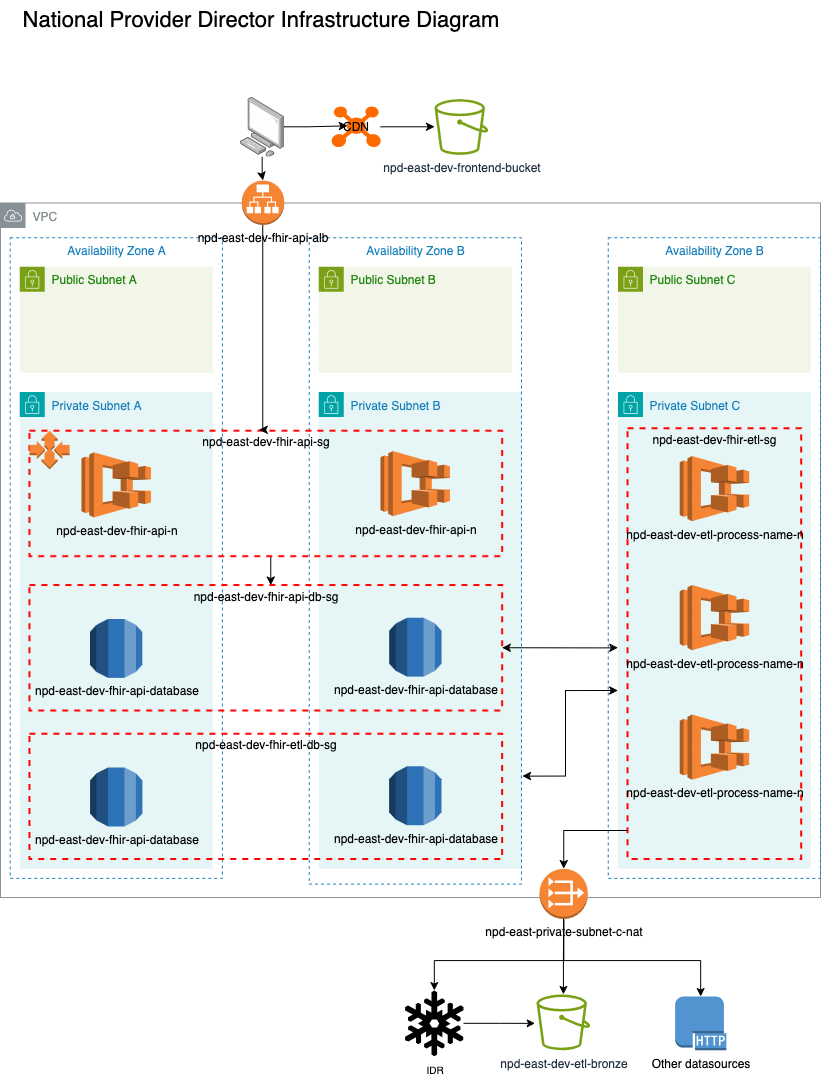
The draw.io diagram infrastructure/nonprod/NPD Infrastructure.drawio.png in DSACMS/npd, before a commit. Source tidied: cells renumbered, new cells last; positions are measured from the earlier drawing's top-left corner, leaving out a move shared by most shapes.
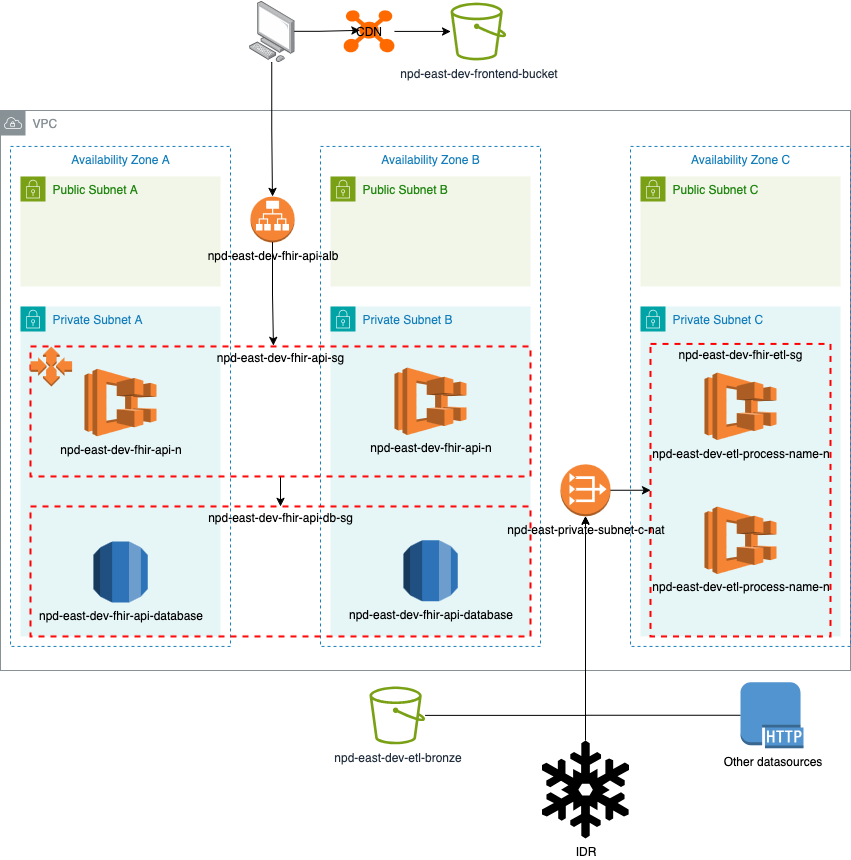
Above is the later version.

Commit message:
update infra diagram

What changed in the source:
```diff
@@ -3,122 +3,93 @@
     <mxCell id="0" />
     <mxCell id="1" parent="0" />
     <mxCell id="2" value="VPC" style="sketch=0;gradientColor=none;html=1;whiteSpace=wrap;fontSize=12;fontStyle=0;shape=mxgraph.aws4.group;grIcon=mxgraph.aws4.group_vpc;strokeColor=#879196;fillColor=none;verticalAlign=top;align=left;spacingLeft=30;fontColor=#879196;dashed=0;" parent="1" vertex="1">
-      <mxGeometry y="202.6" width="820" height="694.6" as="geometry" />
+      <mxGeometry x="-15" y="210" width="850" height="560" as="geometry" />
     </mxCell>
-    <mxCell id="3" value="Availability Zone B" style="fillColor=none;strokeColor=#147EBA;dashed=1;verticalAlign=top;fontStyle=0;fontColor=#147EBA;whiteSpace=wrap;html=1;" parent="1" vertex="1">
-      <mxGeometry x="607.8" y="237.2" width="212.2" height="640.6" as="geometry" />
+    <mxCell id="3" value="Availability Zone C" style="fillColor=none;strokeColor=#147EBA;dashed=1;verticalAlign=top;fontStyle=0;fontColor=#147EBA;whiteSpace=wrap;html=1;" parent="1" vertex="1">
+      <mxGeometry x="615" y="245.9" width="220" height="500" as="geometry" />
     </mxCell>
     <mxCell id="4" value="Availability Zone A" style="fillColor=none;strokeColor=#147EBA;dashed=1;verticalAlign=top;fontStyle=0;fontColor=#147EBA;whiteSpace=wrap;html=1;" parent="1" vertex="1">
-      <mxGeometry x="9.6" y="237.2" width="212.2" height="640.6" as="geometry" />
+      <mxGeometry x="-5" y="245.9" width="220" height="500" as="geometry" />
     </mxCell>
     <mxCell id="5" value="Public Subnet A" style="gradientColor=none;html=1;whiteSpace=wrap;fontSize=12;fontStyle=0;shape=mxgraph.aws4.group;grIcon=mxgraph.aws4.group_security_group;grStroke=0;strokeColor=#7AA116;fillColor=#F2F6E8;verticalAlign=top;align=left;spacingLeft=30;fontColor=#248814;dashed=0;" parent="1" vertex="1">
-      <mxGeometry x="19.3" y="266.2" width="192.9" height="106.1" as="geometry" />
+      <mxGeometry x="5" y="275.9" width="200" height="110" as="geometry" />
     </mxCell>
     <mxCell id="6" value="Public Subnet B" style="gradientColor=none;html=1;whiteSpace=wrap;fontSize=12;fontStyle=0;shape=mxgraph.aws4.group;grIcon=mxgraph.aws4.group_security_group;grStroke=0;strokeColor=#7AA116;fillColor=#F2F6E8;verticalAlign=top;align=left;spacingLeft=30;fontColor=#248814;dashed=0;" parent="1" vertex="1">
-      <mxGeometry x="318.4" y="266.2" width="192.9" height="106.1" as="geometry" />
+      <mxGeometry x="315" y="275.9" width="200" height="110" as="geometry" />
     </mxCell>
     <mxCell id="7" value="Public Subnet C" style="gradientColor=none;html=1;whiteSpace=wrap;fontSize=12;fontStyle=0;shape=mxgraph.aws4.group;grIcon=mxgraph.aws4.group_security_group;grStroke=0;strokeColor=#7AA116;fillColor=#F2F6E8;verticalAlign=top;align=left;spacingLeft=30;fontColor=#248814;dashed=0;" parent="1" vertex="1">
-      <mxGeometry x="617.4" y="266.2" width="192.9" height="106.1" as="geometry" />
+      <mxGeometry x="625" y="275.9" width="200" height="110" as="geometry" />
     </mxCell>
     <mxCell id="8" value="Private Subnet A" style="gradientColor=none;html=1;whiteSpace=wrap;fontSize=12;fontStyle=0;shape=mxgraph.aws4.group;grIcon=mxgraph.aws4.group_security_group;grStroke=0;strokeColor=#00A4A6;fillColor=#E6F6F7;verticalAlign=top;align=left;spacingLeft=30;fontColor=#147EBA;dashed=0;" parent="1" vertex="1">
-      <mxGeometry x="19.3" y="391.6" width="192.9" height="476.6" as="geometry" />
+      <mxGeometry x="5" y="405.9" width="200" height="330" as="geometry" />
     </mxCell>
     <mxCell id="9" value="Private Subnet B" style="gradientColor=none;html=1;whiteSpace=wrap;fontSize=12;fontStyle=0;shape=mxgraph.aws4.group;grIcon=mxgraph.aws4.group_security_group;grStroke=0;strokeColor=#00A4A6;fillColor=#E6F6F7;verticalAlign=top;align=left;spacingLeft=30;fontColor=#147EBA;dashed=0;" parent="1" vertex="1">
-      <mxGeometry x="318.4" y="391.6" width="202.6" height="476.6" as="geometry" />
+      <mxGeometry x="315" y="405.9" width="200" height="330" as="geometry" />
     </mxCell>
     <mxCell id="10" value="Availability Zone B" style="fillColor=none;strokeColor=#147EBA;dashed=1;verticalAlign=top;fontStyle=0;fontColor=#147EBA;whiteSpace=wrap;html=1;" parent="9" vertex="1">
-      <mxGeometry x="-9.6" y="-154.4" width="212.2" height="646.4" as="geometry" />
+      <mxGeometry x="-10" y="-160" width="220" height="500" as="geometry" />
     </mxCell>
-    <mxCell id="11" style="edgeStyle=orthogonalEdgeStyle;rounded=0;jettySize=auto;html=1;entryX=1;entryY=0.5;entryDx=0;entryDy=0;startArrow=classic;startFill=1;" parent="1" edge="1" source="13" target="22">
-      <mxGeometry relative="1" as="geometry">
-        <Array as="points">
-          <mxPoint x="588.5" y="647.3" />
-          <mxPoint x="588.5" y="647.3" />
-        </Array>
-      </mxGeometry>
-    </mxCell>
-    <mxCell id="12" style="edgeStyle=orthogonalEdgeStyle;rounded=0;orthogonalLoop=1;jettySize=auto;html=1;startArrow=classic;startFill=1;entryX=1.005;entryY=0.802;entryDx=0;entryDy=0;entryPerimeter=0;" parent="1" edge="1">
-      <mxGeometry relative="1" as="geometry">
-        <mxPoint x="617.4" y="690" as="sourcePoint" />
-        <mxPoint x="522" y="775.6" as="targetPoint" />
-        <Array as="points">
-          <mxPoint x="565" y="690" />
-          <mxPoint x="565" y="776" />
-        </Array>
-      </mxGeometry>
-    </mxCell>
     <mxCell id="13" value="Private Subnet C" style="points=[[0,0],[0.25,0],[0.5,0],[0.75,0],[1,0],[1,0.25],[1,0.5],[1,0.75],[1,1],[0.75,1],[0.5,1],[0.25,1],[0,1],[0,0.75],[0,0.5],[0,0.25]];outlineConnect=0;gradientColor=none;html=1;whiteSpace=wrap;fontSize=12;fontStyle=0;shape=mxgraph.aws4.group;grIcon=mxgraph.aws4.group_security_group;grStroke=0;strokeColor=#00A4A6;fillColor=#E6F6F7;verticalAlign=top;align=left;spacingLeft=30;fontColor=#147EBA;dashed=0;" parent="1" vertex="1">
-      <mxGeometry x="617.4" y="391.6" width="192.9" height="476.6" as="geometry" />
+      <mxGeometry x="625" y="405.9" width="200" height="330" as="geometry" />
     </mxCell>
     <mxCell id="14" value="npd-east-dev-frontend-bucket" style="sketch=0;outlineConnect=0;fontColor=#232F3E;gradientColor=none;fillColor=#7AA116;strokeColor=none;dashed=0;verticalLabelPosition=bottom;verticalAlign=top;align=center;html=1;fontSize=12;fontStyle=0;shape=mxgraph.aws4.bucket;" parent="1" vertex="1">
-      <mxGeometry x="434.1" y="98.4" width="53.7" height="55.8" as="geometry" />
+      <mxGeometry x="435" y="102" width="55.6" height="57.9" as="geometry" />
     </mxCell>
     <mxCell id="15" style="edgeStyle=orthogonalEdgeStyle;rounded=0;jettySize=auto;html=1;" parent="1" edge="1" source="16" target="14">
       <mxGeometry relative="1" as="geometry" />
     </mxCell>
     <mxCell id="16" value="CDN" style="points=[];html=1;align=center;shadow=0;dashed=0;fillColor=#FF6A00;strokeColor=none;shape=mxgraph.alibaba_cloud.cdn_content_distribution_network;" parent="1" vertex="1">
-      <mxGeometry x="330.9" y="105.9" width="49.2" height="40.8" as="geometry" />
+      <mxGeometry x="328" y="109.8" width="51" height="42.3" as="geometry" />
     </mxCell>
     <mxCell id="17" value="npd-east-dev-fhir-api-n" style="dashed=0;verticalLabelPosition=bottom;verticalAlign=top;align=center;html=1;shape=mxgraph.aws3.ecs;fillColor=#F58534;gradientColor=none;" parent="1" vertex="1">
-      <mxGeometry x="81" y="451.6" width="69.5" height="65.1" as="geometry" />
+      <mxGeometry x="69" y="468.2" width="72" height="67.5" as="geometry" />
     </mxCell>
     <mxCell id="18" value="npd-east-dev-fhir-api-n" style="dashed=0;verticalLabelPosition=bottom;verticalAlign=top;align=center;html=1;shape=mxgraph.aws3.ecs;fillColor=#F58534;gradientColor=none;" parent="1" vertex="1">
-      <mxGeometry x="380.1" y="450.4" width="69.5" height="65.1" as="geometry" />
+      <mxGeometry x="379" y="466.9" width="72" height="67.5" as="geometry" />
     </mxCell>
     <mxCell id="19" style="edgeStyle=orthogonalEdgeStyle;rounded=0;jettySize=auto;html=1;endArrow=classic;endFill=1;" parent="1" edge="1" source="20" target="22">
       <mxGeometry relative="1" as="geometry">
         <Array as="points">
-          <mxPoint x="270.1" y="574.9" />
-          <mxPoint x="270.1" y="574.9" />
+          <mxPoint x="265" y="595.9" />
+          <mxPoint x="265" y="595.9" />
         </Array>
       </mxGeometry>
     </mxCell>
     <mxCell id="20" value="npd-east-dev-fhir-api-sg" style="fontStyle=0;verticalAlign=top;align=center;spacingTop=-2;fillColor=none;rounded=0;whiteSpace=wrap;html=1;strokeColor=#FF0000;strokeWidth=2;dashed=1;" parent="1" vertex="1">
-      <mxGeometry x="28.9" y="430.2" width="472.7" height="125.4" as="geometry" />
+      <mxGeometry x="15" y="445.9" width="500" height="130" as="geometry" />
     </mxCell>
     <mxCell id="21" style="dashed=0;verticalLabelPosition=bottom;verticalAlign=top;align=center;html=1;shape=mxgraph.aws3.auto_scaling;fillColor=#F58534;gradientColor=none;" parent="20" vertex="1">
-      <mxGeometry width="40.1" height="38.6" as="geometry" />
+      <mxGeometry width="41.6" height="40" as="geometry" />
     </mxCell>
     <mxCell id="22" value="npd-east-dev-fhir-api-db-sg" style="fontStyle=0;verticalAlign=top;align=center;spacingTop=-2;fillColor=none;rounded=0;whiteSpace=wrap;html=1;strokeColor=#FF0000;strokeWidth=2;dashed=1;" parent="1" vertex="1">
-      <mxGeometry x="28.9" y="584.5" width="472.7" height="125.4" as="geometry" />
+      <mxGeometry x="15" y="605.9" width="500" height="130" as="geometry" />
     </mxCell>
     <mxCell id="23" value="npd-east-dev-fhir-api-database" style="dashed=0;verticalLabelPosition=bottom;verticalAlign=top;align=center;html=1;shape=mxgraph.aws3.rds;fillColor=#2E73B8;gradientColor=none;" parent="22" vertex="1">
-      <mxGeometry x="60.7" y="33.9" width="52.3" height="58.8" as="geometry" />
+      <mxGeometry x="62.9" y="35.1" width="54.2" height="61" as="geometry" />
     </mxCell>
     <mxCell id="24" value="npd-east-dev-fhir-api-database" style="dashed=0;verticalLabelPosition=bottom;verticalAlign=top;align=center;html=1;shape=mxgraph.aws3.rds;fillColor=#2E73B8;gradientColor=none;" parent="22" vertex="1">
-      <mxGeometry x="359.7" y="32.7" width="52.3" height="58.8" as="geometry" />
+      <mxGeometry x="372.9" y="33.9" width="54.2" height="61" as="geometry" />
     </mxCell>
     <mxCell id="25" value="npd-east-dev-fhir-etl-sg" style="fontStyle=0;verticalAlign=top;align=center;spacingTop=-2;fillColor=none;rounded=0;whiteSpace=wrap;html=1;strokeColor=#FF0000;strokeWidth=2;dashed=1;" parent="1" vertex="1">
-      <mxGeometry x="627.1" y="427.8" width="173.6" height="430.8" as="geometry" />
+      <mxGeometry x="635" y="443.4" width="180" height="292.5" as="geometry" />
     </mxCell>
     <mxCell id="26" value="npd-east-dev-etl-process-name-n" style="dashed=0;verticalLabelPosition=bottom;verticalAlign=top;align=center;html=1;shape=mxgraph.aws3.ecs;fillColor=#F58534;gradientColor=none;" parent="25" vertex="1">
-      <mxGeometry x="52.1" y="27.6" width="69.5" height="65.1" as="geometry" />
+      <mxGeometry x="54" y="28.6" width="72" height="67.5" as="geometry" />
     </mxCell>
     <mxCell id="27" value="npd-east-dev-etl-process-name-n" style="dashed=0;verticalLabelPosition=bottom;verticalAlign=top;align=center;html=1;shape=mxgraph.aws3.ecs;fillColor=#F58534;gradientColor=none;" parent="25" vertex="1">
-      <mxGeometry x="52.1" y="156.8" width="69.5" height="65.1" as="geometry" />
+      <mxGeometry x="54" y="162.5" width="72" height="67.5" as="geometry" />
     </mxCell>
-    <mxCell id="28" value="npd-east-dev-etl-process-name-n" style="dashed=0;verticalLabelPosition=bottom;verticalAlign=top;align=center;html=1;shape=mxgraph.aws3.ecs;fillColor=#F58534;gradientColor=none;" parent="25" vertex="1">
-      <mxGeometry x="52.1" y="286.1" width="69.5" height="65.1" as="geometry" />
-    </mxCell>
     <mxCell id="29" value="npd-east-dev-fhir-api-alb" style="outlineConnect=0;dashed=0;verticalLabelPosition=bottom;verticalAlign=top;align=center;html=1;shape=mxgraph.aws3.application_load_balancer;fillColor=#F58534;gradientColor=none;" parent="1" vertex="1">
-      <mxGeometry x="241.2" y="180" width="42.5" height="44.4" as="geometry" />
+      <mxGeometry x="235" y="295.9" width="44.1" height="46" as="geometry" />
     </mxCell>
-    <mxCell id="30" style="edgeStyle=orthogonalEdgeStyle;rounded=0;jettySize=auto;html=1;startArrow=classic;startFill=1;endArrow=none;endFill=0;" parent="1" edge="1" source="31" target="25">
-      <mxGeometry relative="1" as="geometry">
-        <Array as="points">
-          <mxPoint x="563" y="830" />
-        </Array>
-      </mxGeometry>
+    <mxCell id="30" style="edgeStyle=orthogonalEdgeStyle;rounded=0;jettySize=auto;html=1;" parent="1" edge="1" source="31" target="25">
+      <mxGeometry relative="1" as="geometry" />
     </mxCell>
     <mxCell id="31" value="npd-east-private-subnet-c-nat" style="outlineConnect=0;dashed=0;verticalLabelPosition=bottom;verticalAlign=top;align=center;html=1;shape=mxgraph.aws3.vpc_nat_gateway;fillColor=#F58534;gradientColor=none;" parent="1" vertex="1">
-      <mxGeometry x="539.1" y="868.2" width="48.2" height="50.2" as="geometry" />
+      <mxGeometry x="545" y="563.7" width="50" height="52" as="geometry" />
     </mxCell>
     <mxCell id="32" style="edgeStyle=orthogonalEdgeStyle;rounded=0;jettySize=auto;html=1;entryX=0.486;entryY=-0.008;entryDx=0;entryDy=0;entryPerimeter=0;" parent="1" edge="1" source="29" target="20">
-      <mxGeometry relative="1" as="geometry">
-        <Array as="points">
-          <mxPoint x="262.4" y="429.3" />
-        </Array>
-      </mxGeometry>
+      <mxGeometry relative="1" as="geometry" />
     </mxCell>
     <mxCell id="33" style="edgeStyle=orthogonalEdgeStyle;rounded=0;jettySize=auto;html=1;entryX=0.324;entryY=0.476;entryDx=0;entryDy=0;entryPerimeter=0;" parent="1" edge="1" source="35" target="16">
       <mxGeometry relative="1" as="geometry" />
@@ -127,54 +98,25 @@
       <mxGeometry relative="1" as="geometry" />
     </mxCell>
     <mxCell id="35" style="image;points=[];html=1;align=center;shadow=0;dashed=0;image=img/lib/allied_telesis/computer_and_terminals/Personal_Computer.svg;" parent="1" vertex="1">
-      <mxGeometry x="239.7" y="96.5" width="44" height="59.6" as="geometry" />
+      <mxGeometry x="233.5" y="100" width="45.6" height="61.8" as="geometry" />
     </mxCell>
-    <mxCell id="36" style="edgeStyle=orthogonalEdgeStyle;rounded=0;jettySize=auto;html=1;endArrow=none;endFill=0;startArrow=classic;startFill=1;" parent="1" edge="1" source="37">
-      <mxGeometry relative="1" as="geometry">
-        <mxPoint x="563.2" y="920" as="targetPoint" />
-      </mxGeometry>
-    </mxCell>
     <mxCell id="37" value="npd-east-dev-etl-bronze" style="sketch=0;outlineConnect=0;fontColor=#232F3E;gradientColor=none;fillColor=#7AA116;strokeColor=none;dashed=0;verticalLabelPosition=bottom;verticalAlign=top;align=center;html=1;fontSize=12;fontStyle=0;shape=mxgraph.aws4.bucket;" parent="1" vertex="1">
-      <mxGeometry x="536" y="993.9" width="53.7" height="55.8" as="geometry" />
+      <mxGeometry x="354" y="785.9" width="55.6" height="57.9" as="geometry" />
     </mxCell>
-    <mxCell id="38" style="edgeStyle=orthogonalEdgeStyle;rounded=0;jettySize=auto;html=1;startArrow=classic;startFill=1;endArrow=none;endFill=0;" parent="1" edge="1" source="40" target="31">
-      <mxGeometry relative="1" as="geometry">
-        <Array as="points">
-          <mxPoint x="434" y="960" />
-          <mxPoint x="563" y="960" />
-        </Array>
-      </mxGeometry>
-    </mxCell>
-    <mxCell id="39" style="edgeStyle=orthogonalEdgeStyle;rounded=0;jettySize=auto;html=1;" parent="1" edge="1" source="40">
-      <mxGeometry relative="1" as="geometry">
-        <mxPoint x="534.6" y="1022.9" as="targetPoint" />
-      </mxGeometry>
-    </mxCell>
-    <mxCell id="40" value="&lt;font style=&quot;font-size: 10px;&quot;&gt;IDR&lt;/font&gt;" style="shape=mxgraph.signs.nature.snowflake;html=1;fillColor=#000000;strokeColor=none;verticalLabelPosition=bottom;verticalAlign=top;align=center;" parent="1" vertex="1">
-      <mxGeometry x="404.6" y="990" width="58.4" height="65.7" as="geometry" />
+    <mxCell id="40" value="IDR" style="shape=mxgraph.signs.nature.snowflake;html=1;fillColor=#000000;strokeColor=none;verticalLabelPosition=bottom;verticalAlign=top;align=center;" parent="1" vertex="1">
+      <mxGeometry x="526.5" y="840" width="87" height="98" as="geometry" />
     </mxCell>
     <mxCell id="41" value="Other datasources" style="outlineConnect=0;dashed=0;verticalLabelPosition=bottom;verticalAlign=top;align=center;html=1;shape=mxgraph.aws3.http_protocol;fillColor=#5294CF;gradientColor=none;" parent="1" vertex="1">
-      <mxGeometry x="674.6" y="996" width="51.2" height="53.7" as="geometry" />
+      <mxGeometry x="725" y="781.8" width="63" height="66" as="geometry" />
     </mxCell>
-    <mxCell id="42" value="npd-east-dev-fhir-etl-db-sg" style="fontStyle=0;verticalAlign=top;align=center;spacingTop=-2;fillColor=none;rounded=0;whiteSpace=wrap;html=1;strokeColor=#FF0000;strokeWidth=2;dashed=1;" parent="1" vertex="1">
-      <mxGeometry x="28.9" y="733.2" width="472.7" height="125.4" as="geometry" />
-    </mxCell>
-    <mxCell id="43" value="npd-east-dev-fhir-api-database" style="dashed=0;verticalLabelPosition=bottom;verticalAlign=top;align=center;html=1;shape=mxgraph.aws3.rds;fillColor=#2E73B8;gradientColor=none;" parent="42" vertex="1">
-      <mxGeometry x="60.7" y="33.9" width="52.3" height="58.8" as="geometry" />
-    </mxCell>
-    <mxCell id="44" value="npd-east-dev-fhir-api-database" style="dashed=0;verticalLabelPosition=bottom;verticalAlign=top;align=center;html=1;shape=mxgraph.aws3.rds;fillColor=#2E73B8;gradientColor=none;" parent="42" vertex="1">
-      <mxGeometry x="359.7" y="32.7" width="52.3" height="58.8" as="geometry" />
-    </mxCell>
-    <mxCell id="45" value="&lt;font style=&quot;font-size: 22px;&quot;&gt;National Provider Director Infrastructure Diagram&lt;/font&gt;" style="text;html=1;align=center;verticalAlign=middle;strokeColor=none;fillColor=none;" parent="1" vertex="1">
-      <mxGeometry x="9.6" width="500" height="40" as="geometry" />
-    </mxCell>
+    <mxCell id="47" style="edgeStyle=orthogonalEdgeStyle;rounded=0;jettySize=auto;html=1;entryX=0.5;entryY=1;entryDx=0;entryDy=0;entryPerimeter=0;" parent="1" edge="1" source="37" target="31">
+      <mxGeometry relative="1" as="geometry" />
+    </mxCell>
-    <mxCell id="46" style="edgeStyle=orthogonalEdgeStyle;rounded=0;jettySize=auto;html=1;entryX=0.5;entryY=1;entryDx=0;entryDy=0;entryPerimeter=0;endArrow=none;endFill=0;startArrow=classic;startFill=1;" parent="1" edge="1" source="41" target="31">
-      <mxGeometry relative="1" as="geometry">
-        <Array as="points">
-          <mxPoint x="700" y="960" />
-          <mxPoint x="563" y="960" />
-        </Array>
-      </mxGeometry>
+    <mxCell id="46" style="edgeStyle=orthogonalEdgeStyle;rounded=0;jettySize=auto;html=1;entryX=0.5;entryY=1;entryDx=0;entryDy=0;entryPerimeter=0;" parent="1" edge="1" source="41" target="31">
+      <mxGeometry relative="1" as="geometry" />
     </mxCell>
+    <mxCell id="38" style="edgeStyle=orthogonalEdgeStyle;rounded=0;jettySize=auto;html=1;entryX=0.5;entryY=1;entryDx=0;entryDy=0;entryPerimeter=0;" parent="1" edge="1" source="40" target="31">
+      <mxGeometry relative="1" as="geometry" />
+    </mxCell>
   </root>
 </mxGraphModel>
```
